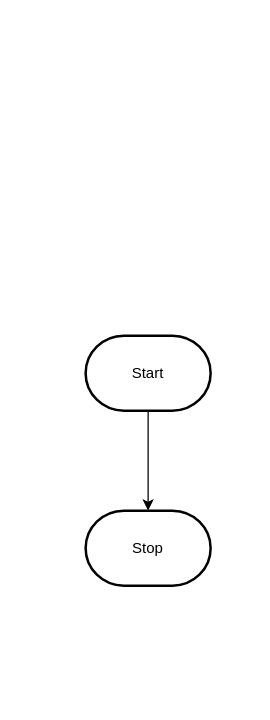
MTHS-ICD2O-1-2023/ICD2O-Unit-3-04-Adam-Batiuk keeps this draw.io diagram as design/flowchart.drawio. Above is the earlier version. Source tidied: cells renumbered, new cells numbered last; positions are measured from the earlier drawing's top-left corner, leaving out a move shared by most shapes. Both pictures are drawn from the tidied source at 125%, with x=0, y=0 at pixel (85, 335).
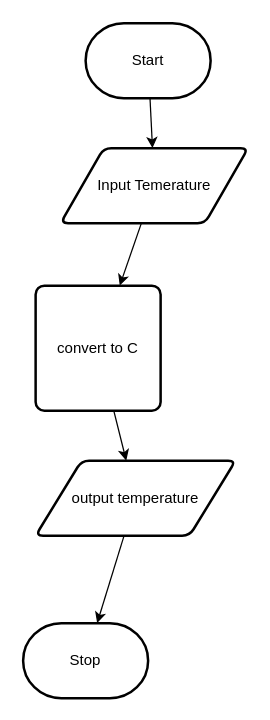
After the change.

Diff of the diagram source:
```diff
@@
 <mxGraphModel>
   <root>
     <mxCell id="0" />
     <mxCell id="1" parent="0" />
-    <mxCell id="2" style="edgeStyle=orthogonalEdgeStyle;html=1;rounded=0;" parent="1" edge="1" source="3" target="4">
-      <mxGeometry relative="1" as="geometry" />
-    </mxCell>
+    <mxCell id="5" style="edgeStyle=none;html=1;" parent="1" edge="1" source="3" target="2">
+      <mxGeometry relative="1" as="geometry" />
+    </mxCell>
     <mxCell id="3" value="Start" style="strokeWidth=2;html=1;shape=mxgraph.flowchart.terminator;whiteSpace=wrap;" parent="1" vertex="1">
-      <mxGeometry width="100" height="60" as="geometry" />
+      <mxGeometry y="-250" width="100" height="60" as="geometry" />
     </mxCell>
     <mxCell id="4" value="Stop" style="strokeWidth=2;html=1;shape=mxgraph.flowchart.terminator;whiteSpace=wrap;" parent="1" vertex="1">
-      <mxGeometry y="140" width="100" height="60" as="geometry" />
+      <mxGeometry x="-50" y="230" width="100" height="60" as="geometry" />
     </mxCell>
+    <mxCell id="6" style="edgeStyle=none;html=1;" parent="1" edge="1" source="2" target="10">
+      <mxGeometry relative="1" as="geometry" />
+    </mxCell>
+    <mxCell id="2" value="Input Temerature" style="shape=parallelogram;html=1;strokeWidth=2;perimeter=parallelogramPerimeter;whiteSpace=wrap;rounded=1;arcSize=12;size=0.23;" parent="1" vertex="1">
+      <mxGeometry x="-20" y="-150" width="150" height="60" as="geometry" />
+    </mxCell>
+    <mxCell id="7" style="edgeStyle=none;html=1;" parent="1" edge="1" source="8" target="4">
+      <mxGeometry relative="1" as="geometry" />
+    </mxCell>
+    <mxCell id="8" value="output temperature" style="shape=parallelogram;html=1;strokeWidth=2;perimeter=parallelogramPerimeter;whiteSpace=wrap;rounded=1;arcSize=12;size=0.23;" parent="1" vertex="1">
+      <mxGeometry x="-40" y="100" width="160" height="60" as="geometry" />
+    </mxCell>
+    <mxCell id="9" style="edgeStyle=none;html=1;" parent="1" edge="1" source="10" target="8">
+      <mxGeometry relative="1" as="geometry" />
+    </mxCell>
+    <mxCell id="10" value="convert to C" style="rounded=1;whiteSpace=wrap;html=1;absoluteArcSize=1;arcSize=14;strokeWidth=2;" parent="1" vertex="1">
+      <mxGeometry x="-40" y="-40" width="100" height="100" as="geometry" />
+    </mxCell>
   </root>
 </mxGraphModel>
```
